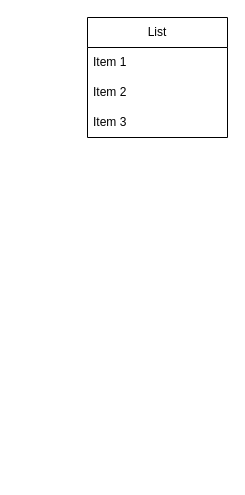
This is SpielController.drawio from Vale54321/schafkopf-bot, a draw.io file, before an edit. Source tidied: cells renumbered, new cells numbered last; positions are measured from the earlier drawing's top-left corner, leaving out a move shared by most shapes. Both pictures are drawn from the tidied source at 100%, with x=0, y=0 at pixel (87, 17).
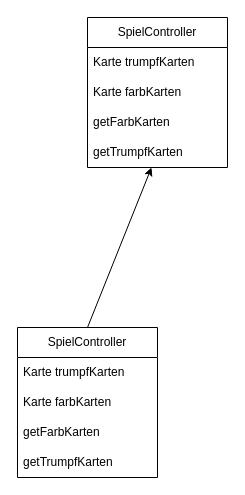
After the change.

Change to the diagram source:
```diff
@@
 <mxGraphModel>
   <root>
     <mxCell id="0" />
     <mxCell id="1" parent="0" />
-    <mxCell id="2" value="List" style="swimlane;fontStyle=0;horizontal=1;startSize=30;whiteSpace=wrap;html=1;" parent="1" vertex="1">
-      <mxGeometry width="140" height="120" as="geometry" />
+    <mxCell id="2" value="SpielController" style="swimlane;fontStyle=0;horizontal=1;startSize=30;whiteSpace=wrap;html=1;" parent="1" vertex="1">
+      <mxGeometry width="140" height="150" as="geometry" />
     </mxCell>
-    <mxCell id="3" value="Item 1" style="text;strokeColor=none;fillColor=none;align=left;verticalAlign=middle;spacingLeft=4;spacingRight=4;overflow=hidden;whiteSpace=wrap;html=1;" parent="2" vertex="1">
+    <mxCell id="3" value="Karte trumpfKarten" style="text;strokeColor=none;fillColor=none;align=left;verticalAlign=middle;spacingLeft=4;spacingRight=4;overflow=hidden;whiteSpace=wrap;html=1;" parent="2" vertex="1">
       <mxGeometry y="30" width="140" height="30" as="geometry" />
     </mxCell>
-    <mxCell id="4" value="Item 2" style="text;strokeColor=none;fillColor=none;align=left;verticalAlign=middle;spacingLeft=4;spacingRight=4;overflow=hidden;whiteSpace=wrap;html=1;" parent="2" vertex="1">
+    <mxCell id="4" value="Karte farbKarten" style="text;strokeColor=none;fillColor=none;align=left;verticalAlign=middle;spacingLeft=4;spacingRight=4;overflow=hidden;whiteSpace=wrap;html=1;" parent="2" vertex="1">
       <mxGeometry y="60" width="140" height="30" as="geometry" />
     </mxCell>
-    <mxCell id="5" value="Item 3" style="text;strokeColor=none;fillColor=none;align=left;verticalAlign=middle;spacingLeft=4;spacingRight=4;overflow=hidden;whiteSpace=wrap;html=1;" parent="2" vertex="1">
-      <mxGeometry y="90" width="140" height="30" as="geometry" />
-    </mxCell>
+    <mxCell id="6" value="getFarbKarten" style="text;strokeColor=none;fillColor=none;align=left;verticalAlign=middle;spacingLeft=4;spacingRight=4;overflow=hidden;whiteSpace=wrap;html=1;" parent="2" vertex="1">
+      <mxGeometry y="90" width="140" height="30" as="geometry" />
+    </mxCell>
+    <mxCell id="7" value="getTrumpfKarten" style="text;strokeColor=none;fillColor=none;align=left;verticalAlign=middle;spacingLeft=4;spacingRight=4;overflow=hidden;points=[[0,0.5],[1,0.5]];portConstraint=eastwest;whiteSpace=wrap;html=1;" parent="2" vertex="1">
+      <mxGeometry y="120" width="140" height="30" as="geometry" />
+    </mxCell>
+    <mxCell id="8" style="endArrow=classic;html=1;rounded=0;exitX=0.5;exitY=0;exitDx=0;exitDy=0;" parent="1" edge="1" source="9" target="7">
+      <mxGeometry relative="1" as="geometry" />
+    </mxCell>
+    <mxCell id="9" value="SpielController" style="swimlane;fontStyle=0;horizontal=1;startSize=30;whiteSpace=wrap;html=1;" parent="1" vertex="1">
+      <mxGeometry x="-70" y="310" width="140" height="150" as="geometry" />
+    </mxCell>
+    <mxCell id="10" value="Karte trumpfKarten" style="text;strokeColor=none;fillColor=none;align=left;verticalAlign=middle;spacingLeft=4;spacingRight=4;overflow=hidden;whiteSpace=wrap;html=1;" parent="9" vertex="1">
+      <mxGeometry y="30" width="140" height="30" as="geometry" />
+    </mxCell>
+    <mxCell id="11" value="Karte farbKarten" style="text;strokeColor=none;fillColor=none;align=left;verticalAlign=middle;spacingLeft=4;spacingRight=4;overflow=hidden;whiteSpace=wrap;html=1;" parent="9" vertex="1">
+      <mxGeometry y="60" width="140" height="30" as="geometry" />
+    </mxCell>
+    <mxCell id="12" value="getFarbKarten" style="text;strokeColor=none;fillColor=none;align=left;verticalAlign=middle;spacingLeft=4;spacingRight=4;overflow=hidden;whiteSpace=wrap;html=1;" parent="9" vertex="1">
+      <mxGeometry y="90" width="140" height="30" as="geometry" />
+    </mxCell>
+    <mxCell id="13" value="getTrumpfKarten" style="text;strokeColor=none;fillColor=none;align=left;verticalAlign=middle;spacingLeft=4;spacingRight=4;overflow=hidden;whiteSpace=wrap;html=1;" parent="9" vertex="1">
+      <mxGeometry y="120" width="140" height="30" as="geometry" />
+    </mxCell>
   </root>
 </mxGraphModel>
```
